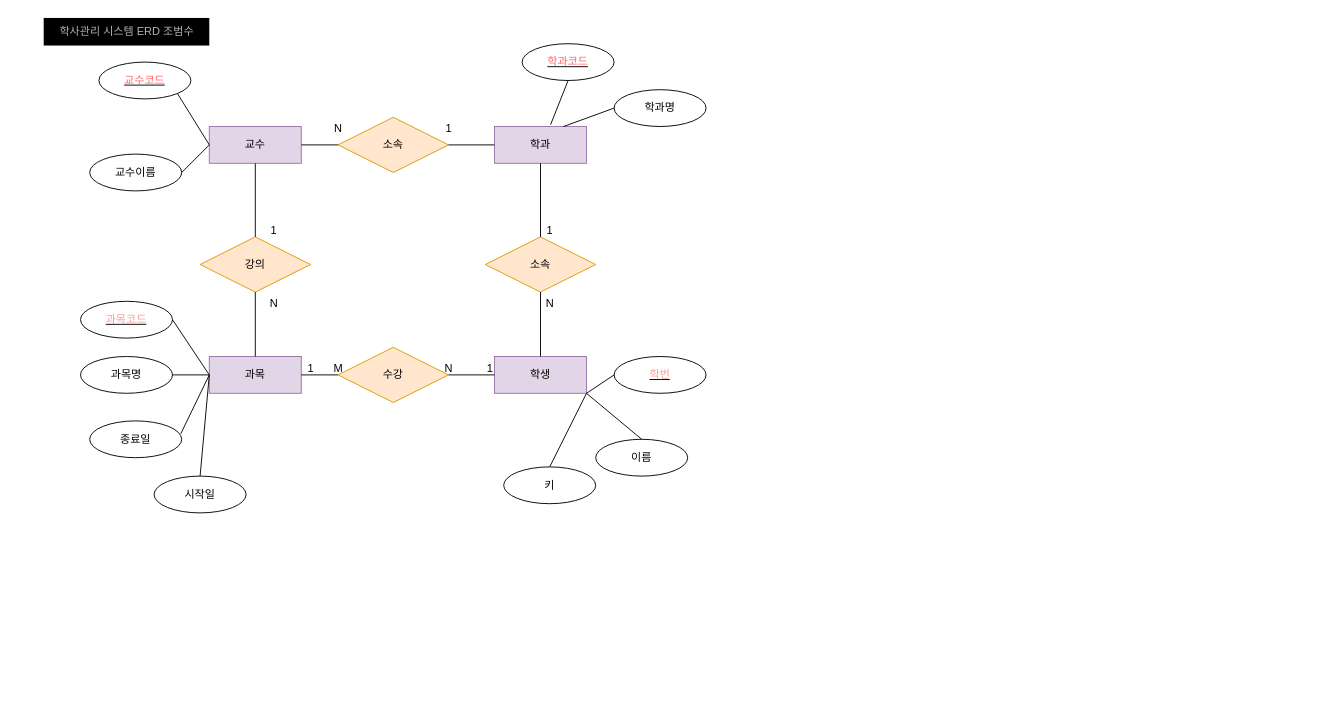
The draw.io diagram 학사.drawio in beomsu-j/bigdata, before the edit. Source tidied: cells renumbered, new cells numbered last; positions are measured from the earlier drawing's top-left corner, leaving out a move shared by most shapes. Both pictures are drawn from the tidied source at 92%, with x=0, y=0 at pixel (43, 17).
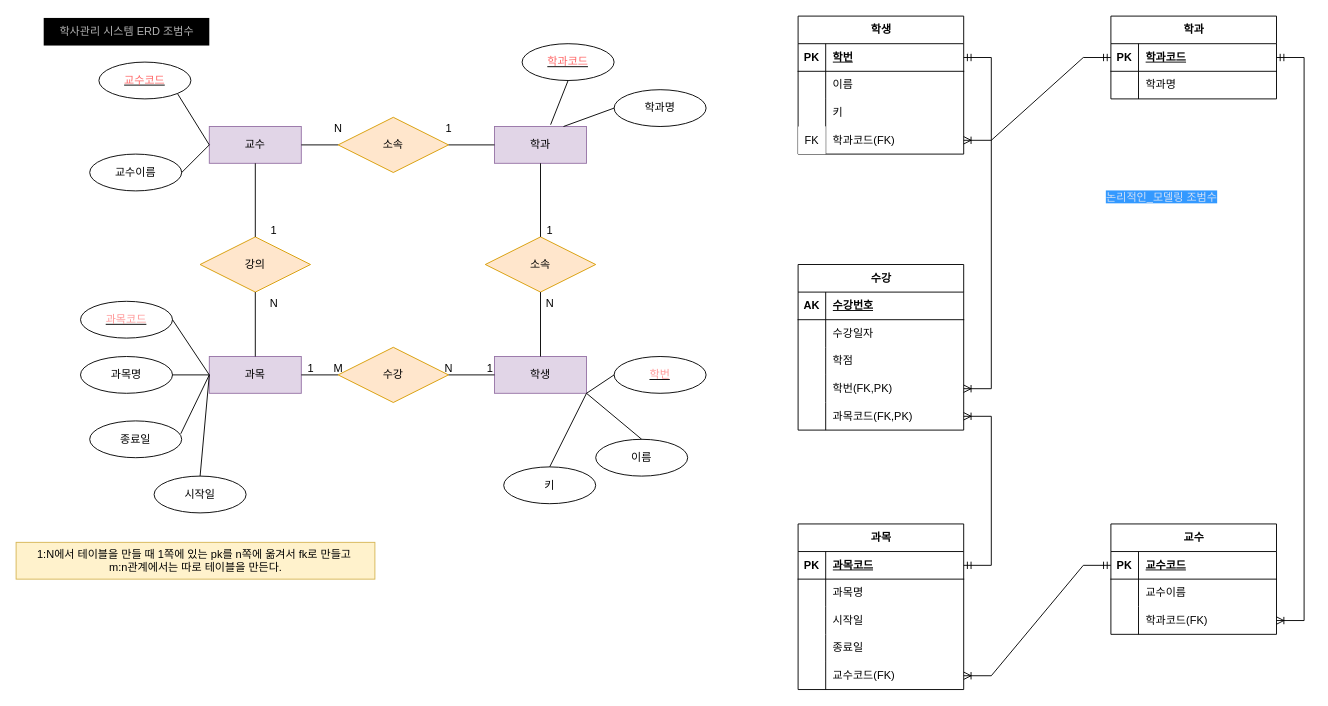
After the change.

Commit message:
학사.drawio 업데이트

What changed in the source:
```diff
@@
+    <mxCell id="51" value="1:N에서 테이블을 만들 때 1쪽에 있는 pk를 n쪽에 옮겨서 fk로 만들고&amp;nbsp;&lt;br&gt;m:n관계에서는 따로 테이블을 만든다." style="text;html=1;align=center;verticalAlign=middle;strokeColor=#d6b656;fillColor=#fff2cc;" parent="1" vertex="1">
+      <mxGeometry x="-30" y="570" width="390" height="40" as="geometry" />
+    </mxCell>
+    <mxCell id="52" value="학생" style="shape=table;startSize=30;childLayout=tableLayout;rowLines=0;fontStyle=1;align=center;html=1;" parent="1" vertex="1">
+      <mxGeometry x="820" y="-2" width="180" height="150" as="geometry" />
+    </mxCell>
+    <mxCell id="53" style="shape=tableRow;horizontal=0;startSize=0;swimlaneHead=0;swimlaneBody=0;fillColor=none;points=[[0,0.5],[1,0.5]];portConstraint=eastwest;top=0;left=0;right=0;bottom=1;" parent="52" vertex="1">
+      <mxGeometry y="30" width="180" height="30" as="geometry" />
+    </mxCell>
+    <mxCell id="54" value="PK" style="shape=partialRectangle;fillColor=none;top=0;left=0;bottom=0;right=0;fontStyle=1;overflow=hidden;whiteSpace=wrap;html=1;" parent="53" vertex="1">
+      <mxGeometry width="30" height="30" as="geometry" />
+    </mxCell>
+    <mxCell id="55" value="학번" style="shape=partialRectangle;fillColor=none;top=0;left=0;bottom=0;right=0;align=left;spacingLeft=6;fontStyle=5;overflow=hidden;whiteSpace=wrap;html=1;" parent="53" vertex="1">
+      <mxGeometry x="30" width="150" height="30" as="geometry" />
+    </mxCell>
+    <mxCell id="56" style="shape=tableRow;horizontal=0;startSize=0;swimlaneHead=0;swimlaneBody=0;fillColor=none;top=0;left=0;right=0;bottom=0;" parent="52" vertex="1">
+      <mxGeometry y="60" width="180" height="30" as="geometry" />
+    </mxCell>
+    <mxCell id="57" style="shape=partialRectangle;fillColor=none;top=0;left=0;bottom=0;right=0;overflow=hidden;whiteSpace=wrap;html=1;" parent="56" vertex="1">
+      <mxGeometry width="30" height="30" as="geometry" />
+    </mxCell>
+    <mxCell id="58" value="이름" style="shape=partialRectangle;fillColor=none;top=0;left=0;bottom=0;right=0;align=left;spacingLeft=6;overflow=hidden;whiteSpace=wrap;html=1;" parent="56" vertex="1">
+      <mxGeometry x="30" width="150" height="30" as="geometry" />
+    </mxCell>
+    <mxCell id="59" style="shape=tableRow;horizontal=0;startSize=0;swimlaneHead=0;swimlaneBody=0;fillColor=none;top=0;left=0;right=0;bottom=0;" parent="52" vertex="1">
+      <mxGeometry y="90" width="180" height="30" as="geometry" />
+    </mxCell>
+    <mxCell id="60" style="shape=partialRectangle;fillColor=none;top=0;left=0;bottom=0;right=0;overflow=hidden;whiteSpace=wrap;html=1;" parent="59" vertex="1">
+      <mxGeometry width="30" height="30" as="geometry" />
+    </mxCell>
+    <mxCell id="61" value="키" style="shape=partialRectangle;fillColor=none;top=0;left=0;bottom=0;right=0;align=left;spacingLeft=6;overflow=hidden;whiteSpace=wrap;html=1;" parent="59" vertex="1">
+      <mxGeometry x="30" width="150" height="30" as="geometry" />
+    </mxCell>
+    <mxCell id="62" style="shape=tableRow;horizontal=0;startSize=0;swimlaneHead=0;swimlaneBody=0;fillColor=none;points=[[0,0.5],[1,0.5]];portConstraint=eastwest;top=0;left=0;right=0;bottom=0;" parent="52" vertex="1">
+      <mxGeometry y="120" width="180" height="30" as="geometry" />
+    </mxCell>
+    <mxCell id="63" value="FK" style="shape=partialRectangle;fillColor=default;top=0;left=0;bottom=0;right=0;overflow=hidden;whiteSpace=wrap;html=1;shadow=0;strokeWidth=1;" parent="62" vertex="1">
+      <mxGeometry width="30" height="30" as="geometry" />
+    </mxCell>
+    <mxCell id="64" value="학과코드(FK)" style="shape=partialRectangle;fillColor=none;top=0;left=0;bottom=0;right=0;align=left;spacingLeft=6;overflow=hidden;whiteSpace=wrap;html=1;" parent="62" vertex="1">
+      <mxGeometry x="30" width="150" height="30" as="geometry" />
+    </mxCell>
+    <mxCell id="65" value="과목" style="shape=table;startSize=30;childLayout=tableLayout;rowLines=0;fontStyle=1;align=center;html=1;" parent="1" vertex="1">
+      <mxGeometry x="820" y="550" width="180" height="180" as="geometry" />
+    </mxCell>
+    <mxCell id="66" style="shape=tableRow;horizontal=0;startSize=0;swimlaneHead=0;swimlaneBody=0;fillColor=none;points=[[0,0.5],[1,0.5]];portConstraint=eastwest;top=0;left=0;right=0;bottom=1;" parent="65" vertex="1">
+      <mxGeometry y="30" width="180" height="30" as="geometry" />
+    </mxCell>
+    <mxCell id="67" value="PK" style="shape=partialRectangle;fillColor=none;top=0;left=0;bottom=0;right=0;fontStyle=1;overflow=hidden;whiteSpace=wrap;html=1;" parent="66" vertex="1">
+      <mxGeometry width="30" height="30" as="geometry" />
+    </mxCell>
+    <mxCell id="68" value="과목코드" style="shape=partialRectangle;fillColor=none;top=0;left=0;bottom=0;right=0;align=left;spacingLeft=6;fontStyle=5;overflow=hidden;whiteSpace=wrap;html=1;" parent="66" vertex="1">
+      <mxGeometry x="30" width="150" height="30" as="geometry" />
+    </mxCell>
+    <mxCell id="69" style="shape=tableRow;horizontal=0;startSize=0;swimlaneHead=0;swimlaneBody=0;fillColor=none;top=0;left=0;right=0;bottom=0;" parent="65" vertex="1">
+      <mxGeometry y="60" width="180" height="30" as="geometry" />
+    </mxCell>
+    <mxCell id="70" style="shape=partialRectangle;fillColor=none;top=0;left=0;bottom=0;right=0;overflow=hidden;whiteSpace=wrap;html=1;" parent="69" vertex="1">
+      <mxGeometry width="30" height="30" as="geometry" />
+    </mxCell>
+    <mxCell id="71" value="과목명" style="shape=partialRectangle;fillColor=none;top=0;left=0;bottom=0;right=0;align=left;spacingLeft=6;overflow=hidden;whiteSpace=wrap;html=1;" parent="69" vertex="1">
+      <mxGeometry x="30" width="150" height="30" as="geometry" />
+    </mxCell>
+    <mxCell id="72" style="shape=tableRow;horizontal=0;startSize=0;swimlaneHead=0;swimlaneBody=0;fillColor=none;top=0;left=0;right=0;bottom=0;" parent="65" vertex="1">
+      <mxGeometry y="90" width="180" height="30" as="geometry" />
+    </mxCell>
+    <mxCell id="73" style="shape=partialRectangle;fillColor=none;top=0;left=0;bottom=0;right=0;overflow=hidden;whiteSpace=wrap;html=1;" parent="72" vertex="1">
+      <mxGeometry width="30" height="30" as="geometry" />
+    </mxCell>
+    <mxCell id="74" value="시작일" style="shape=partialRectangle;fillColor=none;top=0;left=0;bottom=0;right=0;align=left;spacingLeft=6;overflow=hidden;whiteSpace=wrap;html=1;" parent="72" vertex="1">
+      <mxGeometry x="30" width="150" height="30" as="geometry" />
+    </mxCell>
+    <mxCell id="75" style="shape=tableRow;horizontal=0;startSize=0;swimlaneHead=0;swimlaneBody=0;fillColor=none;top=0;left=0;right=0;bottom=0;" parent="65" vertex="1">
+      <mxGeometry y="120" width="180" height="30" as="geometry" />
+    </mxCell>
+    <mxCell id="76" style="shape=partialRectangle;fillColor=none;top=0;left=0;bottom=0;right=0;overflow=hidden;whiteSpace=wrap;html=1;" parent="75" vertex="1">
+      <mxGeometry width="30" height="30" as="geometry" />
+    </mxCell>
+    <mxCell id="77" value="종료일" style="shape=partialRectangle;fillColor=none;top=0;left=0;bottom=0;right=0;align=left;spacingLeft=6;overflow=hidden;whiteSpace=wrap;html=1;" parent="75" vertex="1">
+      <mxGeometry x="30" width="150" height="30" as="geometry" />
+    </mxCell>
+    <mxCell id="78" style="shape=tableRow;horizontal=0;startSize=0;swimlaneHead=0;swimlaneBody=0;fillColor=none;points=[[0,0.5],[1,0.5]];portConstraint=eastwest;top=0;left=0;right=0;bottom=0;" parent="65" vertex="1">
+      <mxGeometry y="150" width="180" height="30" as="geometry" />
+    </mxCell>
+    <mxCell id="79" style="shape=partialRectangle;fillColor=none;top=0;left=0;bottom=0;right=0;overflow=hidden;whiteSpace=wrap;html=1;" parent="78" vertex="1">
+      <mxGeometry width="30" height="30" as="geometry" />
+    </mxCell>
+    <mxCell id="80" value="교수코드(FK)" style="shape=partialRectangle;fillColor=none;top=0;left=0;bottom=0;right=0;align=left;spacingLeft=6;overflow=hidden;whiteSpace=wrap;html=1;" parent="78" vertex="1">
+      <mxGeometry x="30" width="150" height="30" as="geometry" />
+    </mxCell>
+    <mxCell id="81" value="수강" style="shape=table;startSize=30;childLayout=tableLayout;rowLines=0;fontStyle=1;align=center;html=1;" parent="1" vertex="1">
+      <mxGeometry x="820" y="268" width="180" height="180" as="geometry" />
+    </mxCell>
+    <mxCell id="82" style="shape=tableRow;horizontal=0;startSize=0;swimlaneHead=0;swimlaneBody=0;fillColor=none;top=0;left=0;right=0;bottom=1;" parent="81" vertex="1">
+      <mxGeometry y="30" width="180" height="30" as="geometry" />
+    </mxCell>
+    <mxCell id="83" value="AK" style="shape=partialRectangle;fillColor=none;top=0;left=0;bottom=0;right=0;fontStyle=1;overflow=hidden;whiteSpace=wrap;html=1;" parent="82" vertex="1">
+      <mxGeometry width="30" height="30" as="geometry" />
+    </mxCell>
+    <mxCell id="84" value="수강번호" style="shape=partialRectangle;fillColor=none;top=0;left=0;bottom=0;right=0;align=left;spacingLeft=6;fontStyle=5;overflow=hidden;whiteSpace=wrap;html=1;" parent="82" vertex="1">
+      <mxGeometry x="30" width="150" height="30" as="geometry" />
+    </mxCell>
+    <mxCell id="85" style="shape=tableRow;horizontal=0;startSize=0;swimlaneHead=0;swimlaneBody=0;fillColor=none;top=0;left=0;right=0;bottom=0;" parent="81" vertex="1">
+      <mxGeometry y="60" width="180" height="30" as="geometry" />
+    </mxCell>
+    <mxCell id="86" style="shape=partialRectangle;fillColor=none;top=0;left=0;bottom=0;right=0;overflow=hidden;whiteSpace=wrap;html=1;" parent="85" vertex="1">
+      <mxGeometry width="30" height="30" as="geometry" />
+    </mxCell>
+    <mxCell id="87" value="수강일자" style="shape=partialRectangle;fillColor=none;top=0;left=0;bottom=0;right=0;align=left;spacingLeft=6;overflow=hidden;whiteSpace=wrap;html=1;" parent="85" vertex="1">
+      <mxGeometry x="30" width="150" height="30" as="geometry" />
+    </mxCell>
+    <mxCell id="88" style="shape=tableRow;horizontal=0;startSize=0;swimlaneHead=0;swimlaneBody=0;fillColor=none;top=0;left=0;right=0;bottom=0;" parent="81" vertex="1">
+      <mxGeometry y="90" width="180" height="30" as="geometry" />
+    </mxCell>
+    <mxCell id="89" style="shape=partialRectangle;fillColor=none;top=0;left=0;bottom=0;right=0;overflow=hidden;whiteSpace=wrap;html=1;" parent="88" vertex="1">
+      <mxGeometry width="30" height="30" as="geometry" />
+    </mxCell>
+    <mxCell id="90" value="학점" style="shape=partialRectangle;fillColor=none;top=0;left=0;bottom=0;right=0;align=left;spacingLeft=6;overflow=hidden;whiteSpace=wrap;html=1;" parent="88" vertex="1">
+      <mxGeometry x="30" width="150" height="30" as="geometry" />
+    </mxCell>
+    <mxCell id="91" style="shape=tableRow;horizontal=0;startSize=0;swimlaneHead=0;swimlaneBody=0;fillColor=none;points=[[0,0.5],[1,0.5]];portConstraint=eastwest;top=0;left=0;right=0;bottom=0;" parent="81" vertex="1">
+      <mxGeometry y="120" width="180" height="30" as="geometry" />
+    </mxCell>
+    <mxCell id="92" style="shape=partialRectangle;fillColor=none;top=0;left=0;bottom=0;right=0;overflow=hidden;whiteSpace=wrap;html=1;" parent="91" vertex="1">
+      <mxGeometry width="30" height="30" as="geometry" />
+    </mxCell>
+    <mxCell id="93" value="학번(FK,PK)" style="shape=partialRectangle;fillColor=none;top=0;left=0;bottom=0;right=0;align=left;spacingLeft=6;overflow=hidden;whiteSpace=wrap;html=1;" parent="91" vertex="1">
+      <mxGeometry x="30" width="150" height="30" as="geometry" />
+    </mxCell>
+    <mxCell id="94" style="shape=tableRow;horizontal=0;startSize=0;swimlaneHead=0;swimlaneBody=0;fillColor=none;points=[[0,0.5],[1,0.5]];portConstraint=eastwest;top=0;left=0;right=0;bottom=0;" parent="81" vertex="1">
+      <mxGeometry y="150" width="180" height="30" as="geometry" />
+    </mxCell>
+    <mxCell id="95" style="shape=partialRectangle;fillColor=none;top=0;left=0;bottom=0;right=0;overflow=hidden;whiteSpace=wrap;html=1;" parent="94" vertex="1">
+      <mxGeometry width="30" height="30" as="geometry" />
+    </mxCell>
+    <mxCell id="96" value="과목코드(FK,PK)" style="shape=partialRectangle;fillColor=none;top=0;left=0;bottom=0;right=0;align=left;spacingLeft=6;overflow=hidden;whiteSpace=wrap;html=1;" parent="94" vertex="1">
+      <mxGeometry x="30" width="150" height="30" as="geometry" />
+    </mxCell>
+    <mxCell id="97" value="학과" style="shape=table;startSize=30;childLayout=tableLayout;rowLines=0;fontStyle=1;align=center;html=1;" parent="1" vertex="1">
+      <mxGeometry x="1160" y="-2" width="180" height="90" as="geometry" />
+    </mxCell>
+    <mxCell id="98" style="shape=tableRow;horizontal=0;startSize=0;swimlaneHead=0;swimlaneBody=0;fillColor=none;points=[[0,0.5],[1,0.5]];portConstraint=eastwest;top=0;left=0;right=0;bottom=1;" parent="97" vertex="1">
+      <mxGeometry y="30" width="180" height="30" as="geometry" />
+    </mxCell>
+    <mxCell id="99" value="PK" style="shape=partialRectangle;fillColor=none;top=0;left=0;bottom=0;right=0;fontStyle=1;overflow=hidden;whiteSpace=wrap;html=1;" parent="98" vertex="1">
+      <mxGeometry width="30" height="30" as="geometry" />
+    </mxCell>
+    <mxCell id="100" value="학과코드&lt;span style=&quot;white-space: pre;&quot;&gt;&#9;&lt;/span&gt;" style="shape=partialRectangle;fillColor=none;top=0;left=0;bottom=0;right=0;align=left;spacingLeft=6;fontStyle=5;overflow=hidden;whiteSpace=wrap;html=1;" parent="98" vertex="1">
+      <mxGeometry x="30" width="150" height="30" as="geometry" />
+    </mxCell>
+    <mxCell id="101" style="shape=tableRow;horizontal=0;startSize=0;swimlaneHead=0;swimlaneBody=0;fillColor=none;top=0;left=0;right=0;bottom=0;" parent="97" vertex="1">
+      <mxGeometry y="60" width="180" height="30" as="geometry" />
+    </mxCell>
+    <mxCell id="102" style="shape=partialRectangle;fillColor=none;top=0;left=0;bottom=0;right=0;overflow=hidden;whiteSpace=wrap;html=1;" parent="101" vertex="1">
+      <mxGeometry width="30" height="30" as="geometry" />
+    </mxCell>
+    <mxCell id="103" value="학과명" style="shape=partialRectangle;fillColor=none;top=0;left=0;bottom=0;right=0;align=left;spacingLeft=6;overflow=hidden;whiteSpace=wrap;html=1;" parent="101" vertex="1">
+      <mxGeometry x="30" width="150" height="30" as="geometry" />
+    </mxCell>
+    <mxCell id="104" value="교수" style="shape=table;startSize=30;childLayout=tableLayout;rowLines=0;fontStyle=1;align=center;html=1;" parent="1" vertex="1">
+      <mxGeometry x="1160" y="550" width="180" height="120" as="geometry" />
+    </mxCell>
+    <mxCell id="105" style="shape=tableRow;horizontal=0;startSize=0;swimlaneHead=0;swimlaneBody=0;fillColor=none;points=[[0,0.5],[1,0.5]];portConstraint=eastwest;top=0;left=0;right=0;bottom=1;" parent="104" vertex="1">
+      <mxGeometry y="30" width="180" height="30" as="geometry" />
+    </mxCell>
+    <mxCell id="106" value="PK" style="shape=partialRectangle;fillColor=none;top=0;left=0;bottom=0;right=0;fontStyle=1;overflow=hidden;whiteSpace=wrap;html=1;" parent="105" vertex="1">
+      <mxGeometry width="30" height="30" as="geometry" />
+    </mxCell>
+    <mxCell id="107" value="교수코드" style="shape=partialRectangle;fillColor=none;top=0;left=0;bottom=0;right=0;align=left;spacingLeft=6;fontStyle=5;overflow=hidden;whiteSpace=wrap;html=1;" parent="105" vertex="1">
+      <mxGeometry x="30" width="150" height="30" as="geometry" />
+    </mxCell>
+    <mxCell id="108" style="shape=tableRow;horizontal=0;startSize=0;swimlaneHead=0;swimlaneBody=0;fillColor=none;top=0;left=0;right=0;bottom=0;" parent="104" vertex="1">
+      <mxGeometry y="60" width="180" height="30" as="geometry" />
+    </mxCell>
+    <mxCell id="109" style="shape=partialRectangle;fillColor=none;top=0;left=0;bottom=0;right=0;overflow=hidden;whiteSpace=wrap;html=1;" parent="108" vertex="1">
+      <mxGeometry width="30" height="30" as="geometry" />
+    </mxCell>
+    <mxCell id="110" value="교수이름" style="shape=partialRectangle;fillColor=none;top=0;left=0;bottom=0;right=0;align=left;spacingLeft=6;overflow=hidden;whiteSpace=wrap;html=1;" parent="108" vertex="1">
+      <mxGeometry x="30" width="150" height="30" as="geometry" />
+    </mxCell>
+    <mxCell id="111" style="shape=tableRow;horizontal=0;startSize=0;swimlaneHead=0;swimlaneBody=0;fillColor=none;points=[[0,0.5],[1,0.5]];portConstraint=eastwest;top=0;left=0;right=0;bottom=0;" parent="104" vertex="1">
+      <mxGeometry y="90" width="180" height="30" as="geometry" />
+    </mxCell>
+    <mxCell id="112" style="shape=partialRectangle;fillColor=none;top=0;left=0;bottom=0;right=0;overflow=hidden;whiteSpace=wrap;html=1;" parent="111" vertex="1">
+      <mxGeometry width="30" height="30" as="geometry" />
+    </mxCell>
+    <mxCell id="113" value="학과코드(FK)" style="shape=partialRectangle;fillColor=none;top=0;left=0;bottom=0;right=0;align=left;spacingLeft=6;overflow=hidden;whiteSpace=wrap;html=1;" parent="111" vertex="1">
+      <mxGeometry x="30" width="150" height="30" as="geometry" />
+    </mxCell>
+    <mxCell id="114" style="edgeStyle=entityRelationEdgeStyle;fontSize=12;html=1;endArrow=ERoneToMany;startArrow=ERmandOne;rounded=0;entryX=1;entryY=0.5;entryDx=0;entryDy=0;exitX=0;exitY=0.5;exitDx=0;exitDy=0;" parent="1" edge="1" source="98" target="62">
+      <mxGeometry relative="1" as="geometry" />
+    </mxCell>
+    <mxCell id="115" style="edgeStyle=entityRelationEdgeStyle;fontSize=12;html=1;endArrow=ERoneToMany;startArrow=ERmandOne;rounded=0;exitX=1;exitY=0.5;exitDx=0;exitDy=0;entryX=1;entryY=0.5;entryDx=0;entryDy=0;" parent="1" edge="1" source="98" target="111">
+      <mxGeometry relative="1" as="geometry" />
+    </mxCell>
+    <mxCell id="116" style="edgeStyle=entityRelationEdgeStyle;fontSize=12;html=1;endArrow=ERoneToMany;startArrow=ERmandOne;rounded=0;entryX=1;entryY=0.5;entryDx=0;entryDy=0;exitX=0;exitY=0.5;exitDx=0;exitDy=0;" parent="1" edge="1" source="105" target="78">
+      <mxGeometry relative="1" as="geometry" />
+    </mxCell>
+    <mxCell id="117" style="edgeStyle=entityRelationEdgeStyle;fontSize=12;html=1;endArrow=ERoneToMany;startArrow=ERmandOne;rounded=0;exitX=1;exitY=0.5;exitDx=0;exitDy=0;entryX=1;entryY=0.5;entryDx=0;entryDy=0;" parent="1" edge="1" source="53" target="91">
+      <mxGeometry relative="1" as="geometry" />
+    </mxCell>
+    <mxCell id="118" style="edgeStyle=entityRelationEdgeStyle;fontSize=12;html=1;endArrow=ERoneToMany;startArrow=ERmandOne;rounded=0;exitX=1;exitY=0.5;exitDx=0;exitDy=0;entryX=1;entryY=0.5;entryDx=0;entryDy=0;" parent="1" edge="1" source="66" target="94">
+      <mxGeometry relative="1" as="geometry" />
+    </mxCell>
+    <mxCell id="119" value="&lt;font style=&quot;background-color: rgb(51, 153, 255);&quot; color=&quot;#d4e1f5&quot;&gt;논리적인_모델링 조범수&lt;/font&gt;" style="text;html=1;align=center;verticalAlign=middle;strokeColor=none;fillColor=none;" parent="1" vertex="1">
+      <mxGeometry x="1140" y="180" width="150" height="30" as="geometry" />
+    </mxCell>
```
